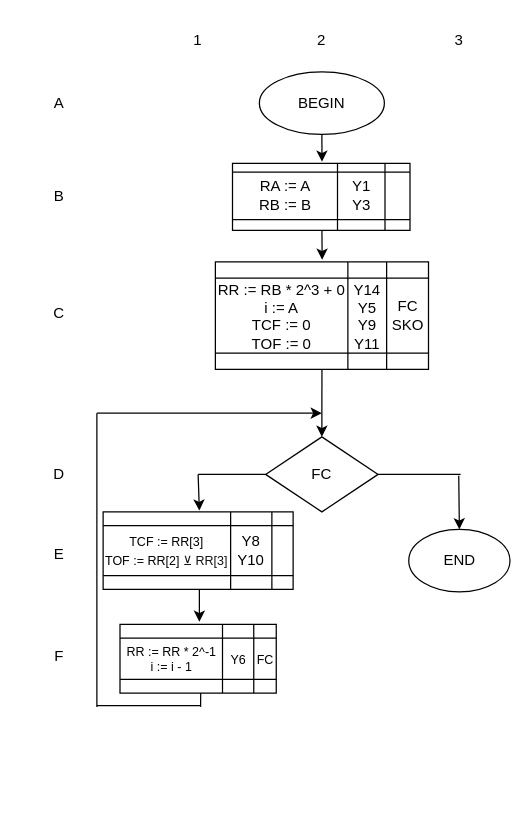
Before: sdvig_2_M_modified.drawio in TimurQQ/Workshop, a draw.io diagram. Source tidied: cells renumbered, new cells numbered last; positions are measured from the earlier drawing's top-left corner, leaving out a move shared by most shapes. Both pictures are drawn from the tidied source at 125%, with x=0, y=0 at pixel (21, 21).
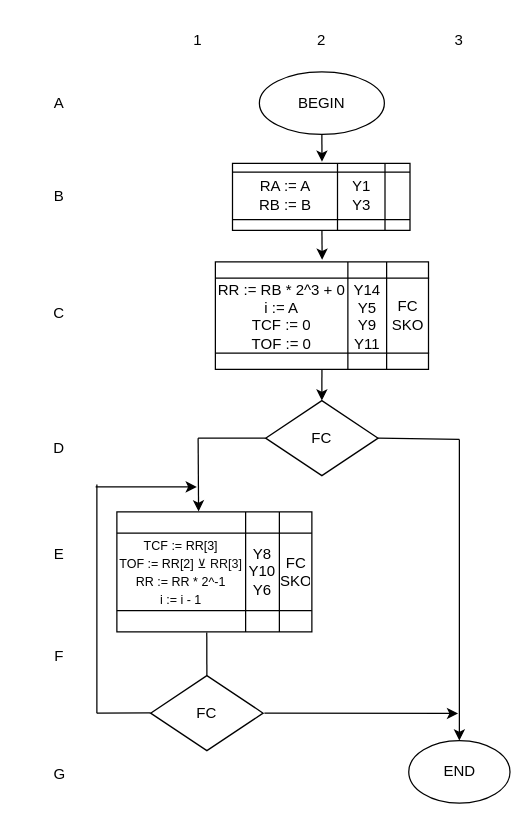
The same page after the edit.

Change to the diagram source:
```diff
@@
     <mxCell id="3" value="FC" style="rhombus;whiteSpace=wrap;html=1;fontFamily=Helvetica;fontSize=12;" parent="1" vertex="1">
-      <mxGeometry x="195" y="332" width="90" height="60" as="geometry" />
+      <mxGeometry x="195" y="303" width="90" height="60" as="geometry" />
     </mxCell>
     <mxCell id="4" style="endArrow=none;html=1;rounded=0;fontFamily=Helvetica;fontSize=12;exitX=1;exitY=0.5;exitDx=0;exitDy=0;" parent="1" edge="1" source="3">
       <mxGeometry relative="1" as="geometry">
-        <mxPoint x="351" y="362" as="targetPoint" />
+        <mxPoint x="350" y="334" as="targetPoint" />
       </mxGeometry>
     </mxCell>
     <mxCell id="5" style="endArrow=classic;html=1;rounded=0;fontFamily=Helvetica;fontSize=12;entryX=0.5;entryY=0;entryDx=0;entryDy=0;" parent="1" edge="1" target="10">
       <mxGeometry relative="1" as="geometry">
-        <mxPoint x="349.5" y="363" as="sourcePoint" />
+        <mxPoint x="350" y="334" as="sourcePoint" />
       </mxGeometry>
     </mxCell>
@@
     <mxCell id="8" style="endArrow=none;html=1;rounded=0;fontFamily=Helvetica;fontSize=12;exitX=0;exitY=0.5;exitDx=0;exitDy=0;" parent="1" edge="1" source="3">
       <mxGeometry relative="1" as="geometry">
-        <mxPoint x="141" y="362" as="targetPoint" />
+        <mxPoint x="141" y="333" as="targetPoint" />
       </mxGeometry>
     </mxCell>
-    <mxCell id="9" style="endArrow=classic;html=1;rounded=0;fontFamily=Helvetica;fontSize=12;" parent="1" edge="1">
+    <mxCell id="9" style="endArrow=classic;html=1;rounded=0;fontFamily=Helvetica;fontSize=12;entryX=0.419;entryY=-0.02;entryDx=0;entryDy=0;entryPerimeter=0;" parent="1" edge="1" target="53">
       <mxGeometry relative="1" as="geometry">
-        <mxPoint x="141" y="362" as="sourcePoint" />
-        <mxPoint x="142" y="391" as="targetPoint" />
+        <mxPoint x="141" y="333" as="sourcePoint" />
       </mxGeometry>
     </mxCell>
     <mxCell id="10" value="END" style="ellipse;whiteSpace=wrap;html=1;fontFamily=Helvetica;fontSize=12;" parent="1" vertex="1">
-      <mxGeometry x="309.5" y="406" width="81" height="50" as="geometry" />
+      <mxGeometry x="309.5" y="575" width="81" height="50" as="geometry" />
     </mxCell>
-    <mxCell id="11" style="endArrow=none;html=1;rounded=0;fontFamily=Helvetica;fontSize=12;" parent="1" edge="1">
-      <mxGeometry relative="1" as="geometry">
-        <mxPoint x="143" y="547" as="sourcePoint" />
-        <mxPoint x="60" y="547" as="targetPoint" />
-        <Array as="points">
-          <mxPoint x="96" y="547" />
-        </Array>
-      </mxGeometry>
-    </mxCell>
     <mxCell id="12" style="endArrow=none;html=1;rounded=0;fontFamily=Helvetica;fontSize=12;" parent="1" edge="1">
       <mxGeometry relative="1" as="geometry">
-        <mxPoint x="60" y="548" as="sourcePoint" />
-        <mxPoint x="60" y="313" as="targetPoint" />
+        <mxPoint x="60" y="553" as="sourcePoint" />
+        <mxPoint x="60" y="370" as="targetPoint" />
       </mxGeometry>
     </mxCell>
     <mxCell id="13" style="endArrow=classic;html=1;rounded=0;fontFamily=Helvetica;fontSize=12;" parent="1" edge="1">
       <mxGeometry relative="1" as="geometry">
-        <mxPoint x="60" y="313" as="sourcePoint" />
-        <mxPoint x="240" y="313" as="targetPoint" />
+        <mxPoint x="59" y="372" as="sourcePoint" />
+        <mxPoint x="140" y="372" as="targetPoint" />
       </mxGeometry>
     </mxCell>
@@
     <mxCell id="20" value="D" style="text;html=1;strokeColor=none;fillColor=none;align=center;verticalAlign=middle;whiteSpace=wrap;rounded=0;fontFamily=Helvetica;fontSize=12;" parent="1" vertex="1">
-      <mxGeometry y="347" width="60" height="30" as="geometry" />
+      <mxGeometry y="326" width="60" height="30" as="geometry" />
     </mxCell>
@@
-    <mxCell id="24" style="endArrow=classic;html=1;rounded=0;exitX=0.5;exitY=1;exitDx=0;exitDy=0;entryX=0.5;entryY=0;entryDx=0;entryDy=0;" parent="1" edge="1">
-      <mxGeometry relative="1" as="geometry">
-        <mxPoint x="142" y="450" as="sourcePoint" />
-        <mxPoint x="142" y="480" as="targetPoint" />
-      </mxGeometry>
-    </mxCell>
-    <mxCell id="25" style="endArrow=none;html=1;rounded=0;entryX=0.511;entryY=0.968;entryDx=0;entryDy=0;entryPerimeter=0;" parent="1" edge="1">
-      <mxGeometry relative="1" as="geometry">
-        <mxPoint x="143" y="548" as="sourcePoint" />
-        <mxPoint x="143.1" y="518.7" as="targetPoint" />
-      </mxGeometry>
+    <mxCell id="25" style="endArrow=none;html=1;rounded=0;entryX=0.461;entryY=1.006;entryDx=0;entryDy=0;entryPerimeter=0;exitX=0.5;exitY=0;exitDx=0;exitDy=0;" parent="1" edge="1" source="73" target="52">
+      <mxGeometry relative="1" as="geometry" />
     </mxCell>
@@
     <mxCell id="52" style="shape=table;html=1;whiteSpace=wrap;startSize=0;childLayout=tableLayout;" parent="1" vertex="1">
-      <mxGeometry x="65" y="392" width="152" height="62" as="geometry" />
+      <mxGeometry x="76" y="392" width="156" height="96" as="geometry" />
     </mxCell>
     <mxCell id="53" style="shape=tableRow;horizontal=0;startSize=0;swimlaneHead=0;swimlaneBody=0;top=0;left=0;bottom=0;right=0;fillColor=none;points=[[0,0.5],[1,0.5]];portConstraint=eastwest;" parent="52" vertex="1">
-      <mxGeometry width="152" height="11" as="geometry" />
+      <mxGeometry width="156" height="17" as="geometry" />
     </mxCell>
     <mxCell id="54" style="shape=partialRectangle;html=1;whiteSpace=wrap;fillColor=none;top=0;left=0;bottom=0;right=0;overflow=hidden;" parent="53" vertex="1">
-      <mxGeometry width="102" height="11" as="geometry" />
+      <mxGeometry width="103" height="17" as="geometry" />
     </mxCell>
     <mxCell id="55" style="shape=partialRectangle;html=1;whiteSpace=wrap;fillColor=none;top=0;left=0;bottom=0;right=0;overflow=hidden;" parent="53" vertex="1">
-      <mxGeometry x="102" width="33" height="11" as="geometry" />
+      <mxGeometry x="103" width="27" height="17" as="geometry" />
     </mxCell>
     <mxCell id="56" style="shape=partialRectangle;html=1;whiteSpace=wrap;fillColor=none;top=0;left=0;bottom=0;right=0;overflow=hidden;" parent="53" vertex="1">
-      <mxGeometry x="135" width="17" height="11" as="geometry" />
+      <mxGeometry x="130" width="26" height="17" as="geometry" />
     </mxCell>
     <mxCell id="57" style="shape=tableRow;horizontal=0;startSize=0;swimlaneHead=0;swimlaneBody=0;top=0;left=0;bottom=0;right=0;fillColor=none;" parent="52" vertex="1">
-      <mxGeometry y="11" width="152" height="40" as="geometry" />
+      <mxGeometry y="17" width="156" height="62" as="geometry" />
     </mxCell>
-    <mxCell id="58" value="&lt;font style=&quot;font-size: 10px&quot;&gt;&lt;span&gt;TCF := RR[3]&lt;/span&gt;&lt;br&gt;&lt;span&gt;TOF := RR[2]&amp;nbsp;&lt;/span&gt;&lt;span style=&quot;color: rgb(17 , 17 , 17) ; background-color: rgb(255 , 255 , 255)&quot;&gt;&lt;font face=&quot;u2000&quot;&gt;⊻&amp;nbsp;&lt;/font&gt;RR[3]&lt;/span&gt;&lt;/font&gt;" style="shape=partialRectangle;html=1;whiteSpace=wrap;fillColor=none;top=0;left=0;bottom=0;right=0;overflow=hidden;" parent="57" vertex="1">
-      <mxGeometry width="102" height="40" as="geometry" />
+    <mxCell id="58" value="&lt;font style=&quot;font-size: 10px&quot;&gt;&lt;span&gt;TCF := RR[3]&lt;/span&gt;&lt;br&gt;&lt;span&gt;TOF := RR[2]&amp;nbsp;&lt;/span&gt;&lt;span style=&quot;color: rgb(17 , 17 , 17) ; background-color: rgb(255 , 255 , 255)&quot;&gt;&lt;font face=&quot;u2000&quot;&gt;⊻&amp;nbsp;&lt;/font&gt;RR[3]&lt;br&gt;&lt;/span&gt;RR := RR * 2^-1&lt;br&gt;i := i - 1&lt;span style=&quot;color: rgb(17 , 17 , 17) ; background-color: rgb(255 , 255 , 255)&quot;&gt;&lt;br&gt;&lt;/span&gt;&lt;/font&gt;" style="shape=partialRectangle;html=1;whiteSpace=wrap;fillColor=none;top=0;left=0;bottom=0;right=0;overflow=hidden;" parent="57" vertex="1">
+      <mxGeometry width="103" height="62" as="geometry" />
     </mxCell>
-    <mxCell id="59" value="Y8&lt;br&gt;Y10" style="shape=partialRectangle;html=1;whiteSpace=wrap;fillColor=none;top=0;left=0;bottom=0;right=0;overflow=hidden;" parent="57" vertex="1">
-      <mxGeometry x="102" width="33" height="40" as="geometry" />
+    <mxCell id="59" value="Y8&lt;br&gt;Y10&lt;br&gt;Y6" style="shape=partialRectangle;html=1;whiteSpace=wrap;fillColor=none;top=0;left=0;bottom=0;right=0;overflow=hidden;" parent="57" vertex="1">
+      <mxGeometry x="103" width="27" height="62" as="geometry" />
     </mxCell>
-    <mxCell id="60" style="shape=partialRectangle;html=1;whiteSpace=wrap;fillColor=none;top=0;left=0;bottom=0;right=0;overflow=hidden;" parent="57" vertex="1">
-      <mxGeometry x="135" width="17" height="40" as="geometry" />
+    <mxCell id="60" value="FC&lt;br&gt;SKO" style="shape=partialRectangle;html=1;whiteSpace=wrap;fillColor=none;top=0;left=0;bottom=0;right=0;overflow=hidden;" parent="57" vertex="1">
+      <mxGeometry x="130" width="26" height="62" as="geometry" />
     </mxCell>
     <mxCell id="61" style="shape=tableRow;horizontal=0;startSize=0;swimlaneHead=0;swimlaneBody=0;top=0;left=0;bottom=0;right=0;fillColor=none;" parent="52" vertex="1">
-      <mxGeometry y="51" width="152" height="11" as="geometry" />
+      <mxGeometry y="79" width="156" height="17" as="geometry" />
     </mxCell>
     <mxCell id="62" style="shape=partialRectangle;html=1;whiteSpace=wrap;fillColor=none;top=0;left=0;bottom=0;right=0;overflow=hidden;" parent="61" vertex="1">
-      <mxGeometry width="102" height="11" as="geometry" />
+      <mxGeometry width="103" height="17" as="geometry" />
     </mxCell>
     <mxCell id="63" style="shape=partialRectangle;html=1;whiteSpace=wrap;fillColor=none;top=0;left=0;bottom=0;right=0;overflow=hidden;" parent="61" vertex="1">
-      <mxGeometry x="102" width="33" height="11" as="geometry" />
+      <mxGeometry x="103" width="27" height="17" as="geometry" />
     </mxCell>
     <mxCell id="64" style="shape=partialRectangle;html=1;whiteSpace=wrap;fillColor=none;top=0;left=0;bottom=0;right=0;overflow=hidden;" parent="61" vertex="1">
-      <mxGeometry x="135" width="17" height="11" as="geometry" />
+      <mxGeometry x="130" width="26" height="17" as="geometry" />
     </mxCell>
-    <mxCell id="65" style="shape=table;html=1;whiteSpace=wrap;startSize=0;childLayout=tableLayout;fontSize=10;" parent="1" vertex="1">
-      <mxGeometry x="78.5" y="482" width="125" height="55" as="geometry" />
-    </mxCell>
-    <mxCell id="66" style="shape=tableRow;horizontal=0;startSize=0;swimlaneHead=0;swimlaneBody=0;top=0;left=0;bottom=0;right=0;fillColor=none;fontSize=10;" parent="65" vertex="1">
-      <mxGeometry width="125" height="11" as="geometry" />
-    </mxCell>
-    <mxCell id="67" style="shape=partialRectangle;html=1;whiteSpace=wrap;fillColor=none;top=0;left=0;bottom=0;right=0;overflow=hidden;fontSize=10;" parent="66" vertex="1">
-      <mxGeometry width="82" height="11" as="geometry" />
-    </mxCell>
-    <mxCell id="68" style="shape=partialRectangle;html=1;whiteSpace=wrap;fillColor=none;top=0;left=0;bottom=0;right=0;overflow=hidden;fontSize=10;" parent="66" vertex="1">
-      <mxGeometry x="82" width="25" height="11" as="geometry" />
-    </mxCell>
-    <mxCell id="69" style="shape=partialRectangle;html=1;whiteSpace=wrap;fillColor=none;top=0;left=0;bottom=0;right=0;overflow=hidden;fontSize=10;" parent="66" vertex="1">
-      <mxGeometry x="107" width="18" height="11" as="geometry" />
-    </mxCell>
-    <mxCell id="70" style="shape=tableRow;horizontal=0;startSize=0;swimlaneHead=0;swimlaneBody=0;top=0;left=0;bottom=0;right=0;fillColor=none;fontSize=10;" parent="65" vertex="1">
-      <mxGeometry y="11" width="125" height="33" as="geometry" />
-    </mxCell>
-    <mxCell id="71" value="&lt;font style=&quot;font-size: 10px&quot;&gt;RR := RR * 2^-1&lt;br&gt;i := i - 1&lt;/font&gt;" style="shape=partialRectangle;html=1;whiteSpace=wrap;fillColor=none;top=0;left=0;bottom=0;right=0;overflow=hidden;fontSize=10;" parent="70" vertex="1">
-      <mxGeometry width="82" height="33" as="geometry" />
-    </mxCell>
-    <mxCell id="72" value="Y6" style="shape=partialRectangle;html=1;whiteSpace=wrap;fillColor=none;top=0;left=0;bottom=0;right=0;overflow=hidden;fontSize=10;" parent="70" vertex="1">
-      <mxGeometry x="82" width="25" height="33" as="geometry" />
-    </mxCell>
-    <mxCell id="73" value="FC" style="shape=partialRectangle;html=1;whiteSpace=wrap;fillColor=none;top=0;left=0;bottom=0;right=0;overflow=hidden;fontSize=10;" parent="70" vertex="1">
-      <mxGeometry x="107" width="18" height="33" as="geometry" />
+    <mxCell id="73" value="FC" style="rhombus;whiteSpace=wrap;html=1;fontFamily=Helvetica;fontSize=12;" parent="1" vertex="1">
+      <mxGeometry x="103" y="523" width="90" height="60" as="geometry" />
     </mxCell>
-    <mxCell id="74" style="shape=tableRow;horizontal=0;startSize=0;swimlaneHead=0;swimlaneBody=0;top=0;left=0;bottom=0;right=0;fillColor=none;fontSize=10;" parent="65" vertex="1">
-      <mxGeometry y="44" width="125" height="11" as="geometry" />
-    </mxCell>
-    <mxCell id="75" style="shape=partialRectangle;html=1;whiteSpace=wrap;fillColor=none;top=0;left=0;bottom=0;right=0;overflow=hidden;fontSize=10;" parent="74" vertex="1">
-      <mxGeometry width="82" height="11" as="geometry" />
-    </mxCell>
-    <mxCell id="76" style="shape=partialRectangle;html=1;whiteSpace=wrap;fillColor=none;top=0;left=0;bottom=0;right=0;overflow=hidden;fontSize=10;" parent="74" vertex="1">
-      <mxGeometry x="82" width="25" height="11" as="geometry" />
-    </mxCell>
-    <mxCell id="77" style="shape=partialRectangle;html=1;whiteSpace=wrap;fillColor=none;top=0;left=0;bottom=0;right=0;overflow=hidden;fontSize=10;" parent="74" vertex="1">
-      <mxGeometry x="107" width="18" height="11" as="geometry" />
-    </mxCell>
+    <mxCell id="78" style="endArrow=none;html=1;rounded=0;fontFamily=Helvetica;fontSize=12;" parent="1" edge="1">
+      <mxGeometry relative="1" as="geometry">
+        <mxPoint x="60" y="553" as="sourcePoint" />
+        <mxPoint x="103" y="552.7" as="targetPoint" />
+      </mxGeometry>
+    </mxCell>
+    <mxCell id="79" style="endArrow=classic;html=1;rounded=0;fontFamily=Helvetica;fontSize=12;exitX=1.007;exitY=0.822;exitDx=0;exitDy=0;exitPerimeter=0;" parent="1" edge="1">
+      <mxGeometry relative="1" as="geometry">
+        <mxPoint x="194" y="553" as="sourcePoint" />
+        <mxPoint x="349" y="553.3" as="targetPoint" />
+      </mxGeometry>
+    </mxCell>
+    <mxCell id="80" value="G&lt;br&gt;" style="text;html=1;align=center;verticalAlign=middle;strokeColor=none;fillColor=none;" parent="1" vertex="1">
+      <mxGeometry x="20" y="593" width="19" height="18" as="geometry" />
+    </mxCell>
```
